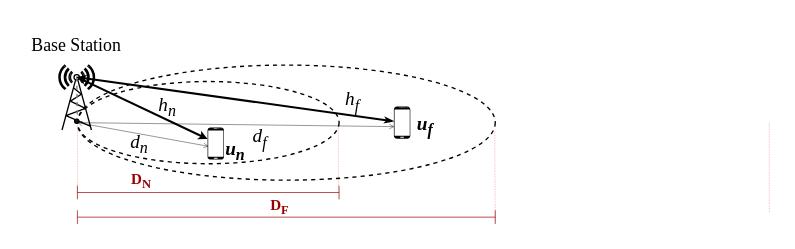
This is System Diagram.drawio from Lazarus-GS/NOMA-Diagrams, a draw.io file, before an edit. Source tidied: cells renumbered, new cells numbered last; positions are measured from the earlier drawing's top-left corner, leaving out a move shared by most shapes. Both pictures are drawn from the tidied source at 137%, with x=0, y=0 at pixel (23, 23).
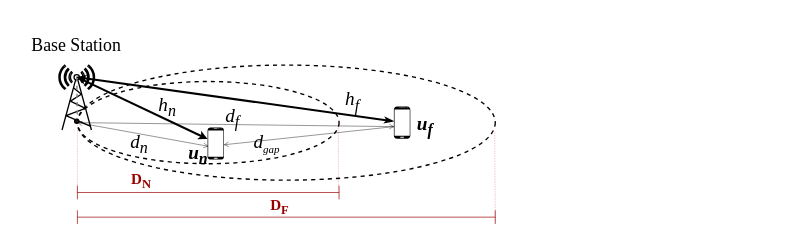
The same diagram, later.

Unchanged cells that the change refers to:
```xml
<mxCell id="18" style="verticalLabelPosition=bottom;verticalAlign=top;html=1;shadow=0;dashed=0;strokeWidth=0.1;shape=mxgraph.android.phone2;strokeColor=none;fillColor=#000000;" parent="1" vertex="1">
  <mxGeometry x="270" y="60.3" width="12" height="23.4" as="geometry" />
</mxCell>
<mxCell id="23" style="verticalLabelPosition=bottom;verticalAlign=top;html=1;shadow=0;dashed=0;strokeWidth=0.1;shape=mxgraph.android.phone2;strokeColor=none;fillColor=#000000;" parent="1" vertex="1">
  <mxGeometry x="134" y="75.6" width="12" height="23.4" as="geometry" />
</mxCell>
```

What changed in the source:
```diff
@@
     <mxCell id="6" value="&lt;span style=&quot;font-size: 13px;&quot;&gt;&lt;b style=&quot;font-size: 14px;&quot;&gt;&lt;i&gt;u&lt;sub&gt;n&lt;/sub&gt;&lt;/i&gt;&lt;/b&gt;&lt;/span&gt;" style="text;html=1;strokeColor=none;fillColor=none;align=center;verticalAlign=middle;whiteSpace=wrap;rounded=0;dashed=1;fontFamily=Times New Roman;" parent="1" vertex="1">
-      <mxGeometry x="142.3" y="86.5" width="25" height="12.5" as="geometry" />
+      <mxGeometry x="115.3" y="89.5" width="25" height="12.5" as="geometry" />
     </mxCell>
@@
     <mxCell id="17" value="&lt;span style=&quot;font-size: 14px;&quot;&gt;&lt;i style=&quot;&quot;&gt;d&lt;sub style=&quot;&quot;&gt;f&lt;/sub&gt;&lt;/i&gt;&lt;/span&gt;" style="text;html=1;strokeColor=none;fillColor=none;align=center;verticalAlign=middle;whiteSpace=wrap;rounded=0;dashed=1;fontFamily=Times New Roman;" parent="1" vertex="1">
-      <mxGeometry x="159.8" y="69" width="25" height="30" as="geometry" />
+      <mxGeometry x="140.3" y="53.7" width="25" height="30" as="geometry" />
     </mxCell>
@@
-    <mxCell id="21" style="endArrow=none;dashed=1;html=1;strokeWidth=0.2;rounded=0;fontFamily=Times New Roman;fontSize=11;fontColor=#990000;startSize=3;endSize=3;strokeColor=#CC0000;" parent="1" edge="1">
-      <mxGeometry relative="1" as="geometry">
-        <mxPoint x="544" y="72" as="sourcePoint" />
-        <mxPoint x="544" y="138" as="targetPoint" />
-      </mxGeometry>
-    </mxCell>
@@
+    <mxCell id="34" style="endArrow=none;html=1;rounded=0;exitX=0.984;exitY=0.538;exitDx=0;exitDy=0;strokeWidth=0.3;startArrow=open;startFill=0;endFill=0;endSize=3;startSize=3;entryX=0.009;entryY=0.625;entryDx=0;entryDy=0;entryPerimeter=0;exitPerimeter=0;" parent="1" edge="1" source="23" target="18">
+      <mxGeometry relative="1" as="geometry" />
+    </mxCell>
+    <mxCell id="35" value="&lt;i style=&quot;&quot;&gt;&lt;span style=&quot;font-size: 14px;&quot;&gt;d&lt;/span&gt;&lt;sub style=&quot;&quot;&gt;&lt;font style=&quot;font-size: 8px;&quot;&gt;gap&lt;/font&gt;&lt;/sub&gt;&lt;/i&gt;" style="text;html=1;strokeColor=none;fillColor=none;align=center;verticalAlign=middle;whiteSpace=wrap;rounded=0;dashed=1;fontFamily=Times New Roman;" parent="1" vertex="1">
+      <mxGeometry x="165.3" y="72.5" width="25" height="30" as="geometry" />
+    </mxCell>
```
